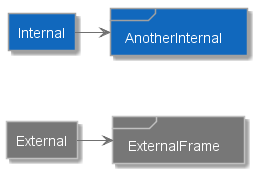
skleanthous/C4-PlantumlSkin keeps this PlantUML diagram as docs/diagrams/systems.png. Above is the earlier version. Source of this version:
```plantuml
@startuml







skinparam {
  shadowing true
  arrowColor #707070
}


hide stereotype

skinparam note {
  BackgroundColor #F5F5F5
  BorderColor #707070
  FontColor #707070
}


skinparam actor<<Internal>> {
  BorderColor #707070
  BackgroundColor #08427B
}

skinparam actor<<External>> {
  BorderColor #707070
  BackgroundColor #686868
}

skinparam actor<<Internal Person>> {
  BorderColor #707070
  BackgroundColor #08427B
}

skinparam actor<<External Person>> {
  BorderColor #707070
  BackgroundColor #686868
}

skinparam rectangle<<External Component>> {
  FontColor #FFFFFF
  BorderColor #707070
  BackgroundColor #999999
}

skinparam rectangle<<Internal Component>> {
  FontColor #505050
  BorderColor #A0A0A0
  BackgroundColor #85BBF0
}


skinparam component<<External Container>> {
  FontColor #FFFFFF
  BorderColor #C0C0C0
  BackgroundColor #888888
}

skinparam component<<Internal Container>> {
  FontColor #FFFFFF
  BorderColor CONTAINER_BORDER_COLOR
  BackgroundColor #438DD5
}

skinparam rectangle<<External Container>> {
  FontColor #FFFFFF
  BorderColor #C0C0C0
  BackgroundColor #888888
}

skinparam rectangle<<Internal Container>> {
  FontColor #FFFFFF
  BorderColor CONTAINER_BORDER_COLOR
  BackgroundColor #438DD5
}

skinparam database<<Internal>> {
  BackgroundColor #438DD5
  BorderColor #A0A0A0
  FontColor #FFFFFF
}

skinparam database<<Internal Database>> {
  BackgroundColor #438DD5
  BorderColor #A0A0A0
  FontColor #FFFFFF
}

skinparam database<<External>> {
  BackgroundColor #888888
  BorderColor #707070
  FontColor #FFFFFF
}

skinparam database<<External Database>> {
  BackgroundColor #888888
  BorderColor #707070
  FontColor #FFFFFF
}

skinparam rectangle<<Expanded>> {
  FontColor #707070
  BorderColor #707070
  BackgroundColor #F5F5F5
  BorderStyle dashed
}

skinparam frame<<Expanded>> {
  FontColor #707070
  BorderColor #707070
  BackgroundColor #F5F5F5
}

skinparam component<<Expanded>> {
  FontColor #707070
  BorderColor #707070
  BackgroundColor #F5F5F5
  BorderStyle dashed
}

skinparam queue<<Internal>> {
  BackgroundColor #1168BD
  BorderColor #A0A0A0
  FontColor FONT_COLOR
}

skinparam queue<<External>> {
  BackgroundColor #777777
  BorderColor #707070
  FontColor FONT_COLOR
}

skinparam rectangle<<External System>> {
  FontColor #FFFFFF
  BorderColor #C0C0C0
  BackgroundColor #777777
}

skinparam rectangle<<Internal System>> {
  FontColor #FFFFFF
  BorderColor #A0A0A0
  BackgroundColor #1168BD
}

skinparam rectangle<<System>> {
  FontColor #FFFFFF
  BorderColor #A0A0A0
  BackgroundColor #1168BD
}

skinparam frame<<External System>> {
  FontColor #FFFFFF
  BorderColor #C0C0C0
  BackgroundColor #777777
}

skinparam frame<<Internal System>> {
  FontColor #FFFFFF
  BorderColor #A0A0A0
  BackgroundColor #1168BD
}

skinparam frame<<System>> {
  FontColor #FFFFFF
  BorderColor #A0A0A0
  BackgroundColor #1168BD
}

rectangle Internal <<Internal System>>
frame AnotherInternal <<System>>
rectangle External <<External System>>
frame ExternalFrame <<External System>>

Internal -right-> AnotherInternal
Internal -[hidden]down-> External
External -right-> ExternalFrame

@enduml
```
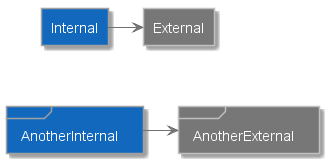
Above is the later version.

Diff of the diagram source:
```diff
@@ -173,10 +173,10 @@
 rectangle Internal <<Internal System>>
 frame AnotherInternal <<System>>
 rectangle External <<External System>>
-frame ExternalFrame <<External System>>
+frame AnotherExternal <<External System>>
 
-Internal -right-> AnotherInternal
-Internal -[hidden]down-> External
-External -right-> ExternalFrame
+Internal -right-> External
+Internal -[hidden]down-> AnotherInternal
+AnotherInternal -right-> AnotherExternal
 
 @enduml
```
